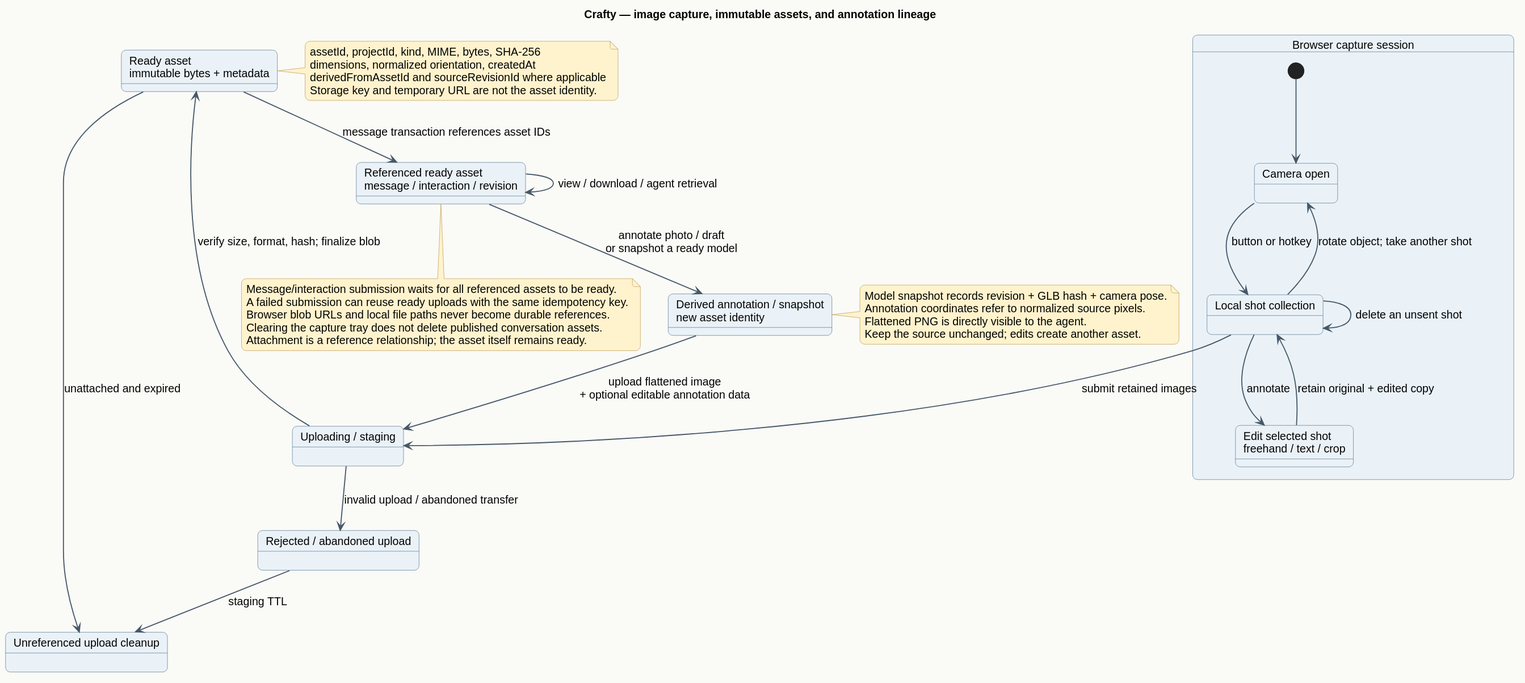
hmldns/icrafty keeps this PlantUML diagram as docs/architecture/rendered/assets.svg. Above is the earlier version. The source it was exported from:
```plantuml
@startuml
!include theme.iuml
title Crafty — image capture, immutable assets, and annotation lineage
top to bottom direction

state "Browser capture session" as Capture {
  [*] --> Camera
  state "Camera open" as Camera
  state "Local shot collection" as Shots
  state "Edit selected shot\nfreehand / text / crop" as Edit
  Camera --> Shots : button or hotkey
  Shots --> Camera : rotate object; take another shot
  Shots --> Shots : delete an unsent shot
  Shots --> Edit : annotate
  Edit --> Shots : retain original + edited copy
}

state "Uploading / staging" as Staging
state "Ready asset\nimmutable bytes + metadata" as Ready
state "Referenced ready asset\nmessage / interaction / revision" as Attached
state "Derived annotation / snapshot\nnew asset identity" as Derived
state "Rejected / abandoned upload" as Rejected
state "Unreferenced upload cleanup" as Cleanup

Shots --> Staging : submit retained images
Staging --> Ready : verify size, format, hash; finalize blob
Staging --> Rejected : invalid upload / abandoned transfer
Rejected --> Cleanup : staging TTL
Ready --> Attached : message transaction references asset IDs
Ready --> Cleanup : unattached and expired
Attached --> Derived : annotate photo / draft\nor snapshot a ready model
Derived --> Staging : upload flattened image\n+ optional editable annotation data
Attached --> Attached : view / download / agent retrieval

note right of Ready
  assetId, projectId, kind, MIME, bytes, SHA-256
  dimensions, normalized orientation, createdAt
  derivedFromAssetId and sourceRevisionId where applicable
  Storage key and temporary URL are not the asset identity.
end note
note right of Derived
  Model snapshot records revision + GLB hash + camera pose.
  Annotation coordinates refer to normalized source pixels.
  Flattened PNG is directly visible to the agent.
  Keep the source unchanged; edits create another asset.
end note
note bottom of Attached
  Message/interaction submission waits for all referenced assets to be ready.
  A failed submission can reuse ready uploads with the same idempotency key.
  Browser blob URLs and local file paths never become durable references.
  Clearing the capture tray does not delete published conversation assets.
  Attachment is a reference relationship; the asset itself remains ready.
end note
@enduml
```
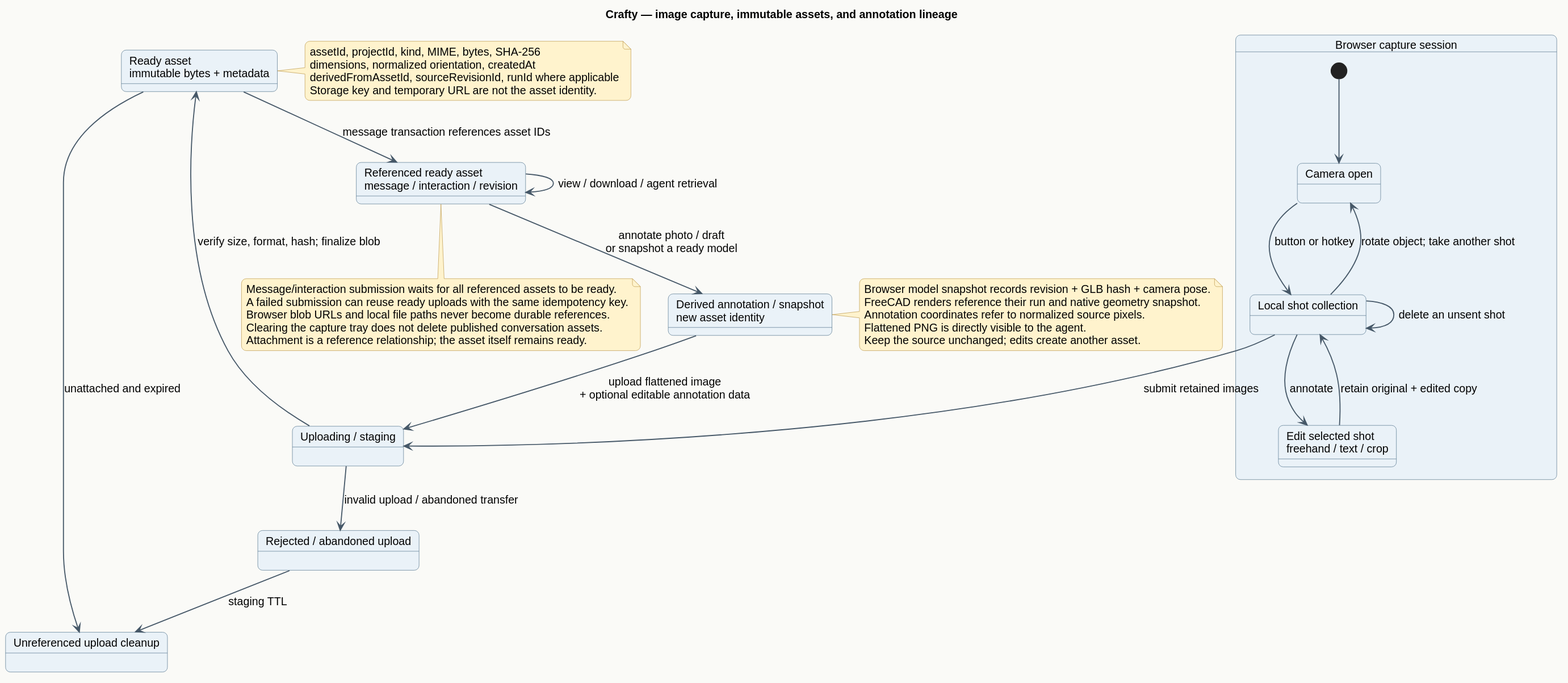
Later version of the same file.

Change to the diagram source:
```diff
@@ -35,11 +35,12 @@
 note right of Ready
   assetId, projectId, kind, MIME, bytes, SHA-256
   dimensions, normalized orientation, createdAt
-  derivedFromAssetId and sourceRevisionId where applicable
+  derivedFromAssetId, sourceRevisionId, runId where applicable
   Storage key and temporary URL are not the asset identity.
 end note
 note right of Derived
-  Model snapshot records revision + GLB hash + camera pose.
+  Browser model snapshot records revision + GLB hash + camera pose.
+  FreeCAD renders reference their run and native geometry snapshot.
   Annotation coordinates refer to normalized source pixels.
   Flattened PNG is directly visible to the agent.
   Keep the source unchanged; edits create another asset.
```
